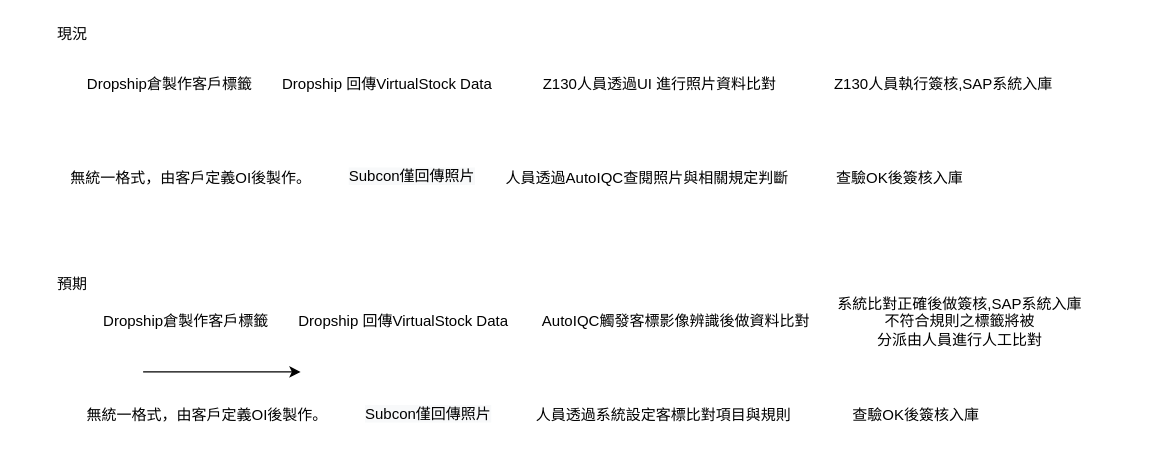
Earlier version of the draw.io diagram AutoIQC_Label_AutoParserNApprrove.drawio (Charles886/DrawIO). Source tidied: cells renumbered, new cells numbered last; positions are measured from the earlier drawing's top-left corner, leaving out a move shared by most shapes. Both pictures are drawn from the tidied source at 125%, with x=0, y=0 at pixel (46, 21).
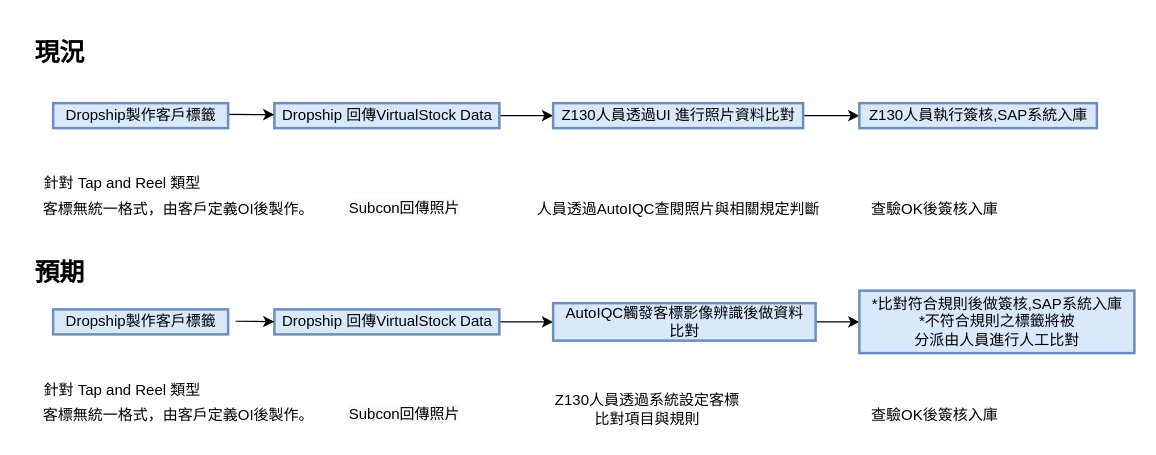
The same diagram, later.

The edit, as a diff of the source:
```diff
@@
-    <mxCell id="2" value="Dropship倉製作客戶標籤" style="text;html=1;align=center;verticalAlign=middle;points=[];" parent="1" vertex="1">
-      <mxGeometry x="23" y="40" width="150" height="20" as="geometry" />
+    <mxCell id="2" value="Dropship製作客戶標籤" style="text;html=1;align=center;verticalAlign=middle;points=[];strokeColor=#6c8ebf;strokeWidth=2;fillColor=#dae8fc;" parent="1" vertex="1">
+      <mxGeometry x="5" y="65" width="140" height="20" as="geometry" />
     </mxCell>
-    <mxCell id="3" value="無統一格式，由客戶定義OI後製作。" style="text;html=1;align=center;verticalAlign=middle;" parent="1" vertex="1">
-      <mxGeometry x="10" y="115" width="210" height="20" as="geometry" />
+    <mxCell id="3" value="客標無統一格式，由客戶定義OI後製作。" style="text;html=1;align=center;verticalAlign=middle;" parent="1" vertex="1">
+      <mxGeometry x="-10" y="140" width="230" height="20" as="geometry" />
     </mxCell>
-    <mxCell id="4" value="現況&lt;br&gt;" style="text;html=1;align=center;verticalAlign=middle;" parent="1" vertex="1">
-      <mxGeometry width="40" height="20" as="geometry" />
+    <mxCell id="4" value="現況&lt;br style=&quot;font-size: 20px;&quot;&gt;" style="text;html=1;align=center;verticalAlign=middle;fontStyle=1;fontSize=20;" parent="1" vertex="1">
+      <mxGeometry x="-20" y="9" width="60" height="30" as="geometry" />
     </mxCell>
-    <mxCell id="5" value="&lt;span style=&quot;color: rgb(0, 0, 0); font-family: helvetica; font-size: 12px; font-style: normal; font-weight: 400; letter-spacing: normal; text-align: center; text-indent: 0px; text-transform: none; word-spacing: 0px; background-color: rgb(248, 249, 250); display: inline; float: none;&quot;&gt;Subcon僅回傳照片&lt;/span&gt;" style="text;whiteSpace=wrap;html=1;" parent="1" vertex="1">
-      <mxGeometry x="240" y="110" width="130" height="30" as="geometry" />
+    <mxCell id="5" value="&lt;span style=&quot;color: rgb(0 , 0 , 0) ; font-family: &amp;#34;helvetica&amp;#34; ; font-size: 12px ; font-style: normal ; font-weight: 400 ; letter-spacing: normal ; text-align: center ; text-indent: 0px ; text-transform: none ; word-spacing: 0px ; background-color: rgb(248 , 249 , 250) ; display: inline ; float: none&quot;&gt;Subcon回傳照片&lt;/span&gt;" style="text;whiteSpace=wrap;html=1;" parent="1" vertex="1">
+      <mxGeometry x="240" y="135" width="130" height="30" as="geometry" />
     </mxCell>
-    <mxCell id="6" value="預期" style="text;html=1;align=center;verticalAlign=middle;" parent="1" vertex="1">
-      <mxGeometry y="200" width="40" height="20" as="geometry" />
+    <mxCell id="6" value="預期" style="text;html=1;align=center;verticalAlign=middle;fontSize=20;fontStyle=1;" parent="1" vertex="1">
+      <mxGeometry x="-20" y="185" width="60" height="30" as="geometry" />
     </mxCell>
     <mxCell id="7" value="人員透過AutoIQC查閱照片與相關規定判斷" style="text;html=1;align=center;verticalAlign=middle;" parent="1" vertex="1">
-      <mxGeometry x="360" y="115" width="240" height="20" as="geometry" />
+      <mxGeometry x="385" y="140" width="240" height="20" as="geometry" />
     </mxCell>
     <mxCell id="8" value="查驗OK後簽核入庫" style="text;html=1;align=center;verticalAlign=middle;" parent="1" vertex="1">
-      <mxGeometry x="622" y="115" width="120" height="20" as="geometry" />
+      <mxGeometry x="650" y="140" width="120" height="20" as="geometry" />
     </mxCell>
+    <mxCell id="21" style="edgeStyle=orthogonalEdgeStyle;rounded=0;jettySize=auto;html=1;fontSize=20;" parent="1" edge="1" source="9" target="10">
+      <mxGeometry relative="1" as="geometry" />
+    </mxCell>
-    <mxCell id="9" value="Dropship 回傳VirtualStock Data" style="text;html=1;align=center;verticalAlign=middle;points=[];" parent="1" vertex="1">
-      <mxGeometry x="182" y="40" width="180" height="20" as="geometry" />
+    <mxCell id="9" value="Dropship 回傳VirtualStock Data" style="text;html=1;align=center;verticalAlign=middle;points=[];strokeColor=#6c8ebf;strokeWidth=2;fillColor=#dae8fc;" parent="1" vertex="1">
+      <mxGeometry x="182" y="65" width="180" height="20" as="geometry" />
     </mxCell>
+    <mxCell id="22" style="edgeStyle=orthogonalEdgeStyle;rounded=0;jettySize=auto;html=1;fontSize=20;" parent="1" edge="1" source="10" target="11">
+      <mxGeometry relative="1" as="geometry" />
+    </mxCell>
-    <mxCell id="10" value="Z130人員透過UI 進行照片資料比對" style="text;html=1;align=center;verticalAlign=middle;points=[];" parent="1" vertex="1">
-      <mxGeometry x="390" y="40" width="200" height="20" as="geometry" />
+    <mxCell id="10" value="Z130人員透過UI 進行照片資料比對" style="text;html=1;align=center;verticalAlign=middle;points=[];strokeColor=#6c8ebf;strokeWidth=2;fillColor=#dae8fc;" parent="1" vertex="1">
+      <mxGeometry x="405" y="65" width="200" height="20" as="geometry" />
     </mxCell>
-    <mxCell id="11" value="Z130人員執行簽核,SAP系統入庫" style="text;html=1;align=center;verticalAlign=middle;points=[];" parent="1" vertex="1">
-      <mxGeometry x="622" y="40" width="190" height="20" as="geometry" />
+    <mxCell id="11" value="Z130人員執行簽核,SAP系統入庫" style="text;html=1;align=center;verticalAlign=middle;points=[];strokeColor=#6c8ebf;strokeWidth=2;fillColor=#dae8fc;" parent="1" vertex="1">
+      <mxGeometry x="650" y="65" width="190" height="20" as="geometry" />
     </mxCell>
-    <mxCell id="12" value="Dropship倉製作客戶標籤" style="text;html=1;align=center;verticalAlign=middle;" parent="1" vertex="1">
-      <mxGeometry x="36" y="230" width="150" height="20" as="geometry" />
+    <mxCell id="12" value="Dropship製作客戶標籤" style="text;html=1;align=center;verticalAlign=middle;strokeColor=#6c8ebf;strokeWidth=2;fillColor=#dae8fc;" parent="1" vertex="1">
+      <mxGeometry x="5" y="230" width="140" height="20" as="geometry" />
     </mxCell>
-    <mxCell id="13" value="無統一格式，由客戶定義OI後製作。" style="text;html=1;align=center;verticalAlign=middle;" parent="1" vertex="1">
-      <mxGeometry x="23" y="305" width="210" height="20" as="geometry" />
-    </mxCell>
-    <mxCell id="14" style="endArrow=classic;html=1;" parent="1" edge="1">
-      <mxGeometry relative="1" as="geometry">
-        <mxPoint x="77" y="280" as="sourcePoint" />
-        <mxPoint x="203" y="280" as="targetPoint" />
-      </mxGeometry>
-    </mxCell>
-    <mxCell id="15" value="&lt;span style=&quot;color: rgb(0, 0, 0); font-family: helvetica; font-size: 12px; font-style: normal; font-weight: 400; letter-spacing: normal; text-align: center; text-indent: 0px; text-transform: none; word-spacing: 0px; background-color: rgb(248, 249, 250); display: inline; float: none;&quot;&gt;Subcon僅回傳照片&lt;/span&gt;" style="text;whiteSpace=wrap;html=1;" parent="1" vertex="1">
-      <mxGeometry x="253" y="300" width="130" height="30" as="geometry" />
+    <mxCell id="15" value="&lt;span style=&quot;color: rgb(0 , 0 , 0) ; font-family: &amp;#34;helvetica&amp;#34; ; font-size: 12px ; font-style: normal ; font-weight: 400 ; letter-spacing: normal ; text-align: center ; text-indent: 0px ; text-transform: none ; word-spacing: 0px ; background-color: rgb(248 , 249 , 250) ; display: inline ; float: none&quot;&gt;Subcon回傳照片&lt;/span&gt;" style="text;whiteSpace=wrap;html=1;" parent="1" vertex="1">
+      <mxGeometry x="240" y="300" width="130" height="30" as="geometry" />
     </mxCell>
-    <mxCell id="16" value="人員透過系統設定客標比對項目與規則" style="text;html=1;align=center;verticalAlign=middle;" parent="1" vertex="1">
-      <mxGeometry x="383" y="305" width="220" height="20" as="geometry" />
+    <mxCell id="16" value="Z130人員透過系統設定客標&lt;br&gt;比對項目與規則" style="text;html=1;align=center;verticalAlign=middle;" parent="1" vertex="1">
+      <mxGeometry x="400" y="295" width="160" height="30" as="geometry" />
     </mxCell>
     <mxCell id="17" value="查驗OK後簽核入庫" style="text;html=1;align=center;verticalAlign=middle;" parent="1" vertex="1">
-      <mxGeometry x="635" y="305" width="120" height="20" as="geometry" />
+      <mxGeometry x="650" y="305" width="120" height="20" as="geometry" />
     </mxCell>
+    <mxCell id="23" style="edgeStyle=orthogonalEdgeStyle;rounded=0;jettySize=auto;html=1;fontSize=20;" parent="1" edge="1" source="18" target="19">
+      <mxGeometry relative="1" as="geometry" />
+    </mxCell>
-    <mxCell id="18" value="Dropship 回傳VirtualStock Data" style="text;html=1;align=center;verticalAlign=middle;points=[];" parent="1" vertex="1">
-      <mxGeometry x="195" y="230" width="180" height="20" as="geometry" />
+    <mxCell id="18" value="Dropship 回傳VirtualStock Data" style="text;html=1;align=center;verticalAlign=middle;points=[];strokeColor=#6c8ebf;strokeWidth=2;fillColor=#dae8fc;" parent="1" vertex="1">
+      <mxGeometry x="182" y="230" width="180" height="20" as="geometry" />
     </mxCell>
+    <mxCell id="24" style="edgeStyle=orthogonalEdgeStyle;rounded=0;jettySize=auto;html=1;fontSize=20;" parent="1" edge="1" source="19" target="20">
+      <mxGeometry relative="1" as="geometry" />
+    </mxCell>
-    <mxCell id="19" value="AutoIQC觸發客標影像辨識後做資料比對" style="text;html=1;align=center;verticalAlign=middle;points=[];" parent="1" vertex="1">
-      <mxGeometry x="388" y="230" width="230" height="20" as="geometry" />
+    <mxCell id="19" value="AutoIQC觸發客標影像辨識後做資料&lt;br&gt;比對" style="text;html=1;align=center;verticalAlign=middle;points=[];strokeColor=#6c8ebf;strokeWidth=2;fillColor=#dae8fc;" parent="1" vertex="1">
+      <mxGeometry x="405" y="225" width="210" height="30" as="geometry" />
     </mxCell>
-    <mxCell id="20" value="系統比對正確後做簽核,SAP系統入庫&lt;br&gt;不符合規則之標籤將被&lt;br&gt;分派由人員進行人工比對" style="text;html=1;align=center;verticalAlign=middle;points=[];" parent="1" vertex="1">
-      <mxGeometry x="625" y="215" width="210" height="50" as="geometry" />
+    <mxCell id="20" value="*比對符合規則後做簽核,SAP系統入庫&lt;br&gt;*不符合規則之標籤將被&lt;br&gt;分派由人員進行人工比對" style="text;html=1;align=center;verticalAlign=middle;points=[];strokeColor=#6c8ebf;strokeWidth=2;fillColor=#dae8fc;" parent="1" vertex="1">
+      <mxGeometry x="650" y="215" width="220" height="50" as="geometry" />
     </mxCell>
+    <mxCell id="25" style="endArrow=classic;html=1;fontSize=20;exitX=1.007;exitY=0.45;exitDx=0;exitDy=0;exitPerimeter=0;" parent="1" edge="1" source="2" target="9">
+      <mxGeometry relative="1" as="geometry" />
+    </mxCell>
+    <mxCell id="26" style="endArrow=classic;html=1;fontSize=20;exitX=1.007;exitY=0.45;exitDx=0;exitDy=0;exitPerimeter=0;" parent="1" edge="1">
+      <mxGeometry relative="1" as="geometry">
+        <mxPoint x="151" y="239.5" as="sourcePoint" />
+        <mxPoint x="182" y="239.8" as="targetPoint" />
+      </mxGeometry>
+    </mxCell>
+    <mxCell id="27" value="客標無統一格式，由客戶定義OI後製作。" style="text;html=1;align=center;verticalAlign=middle;" parent="1" vertex="1">
+      <mxGeometry x="-10" y="305" width="230" height="20" as="geometry" />
+    </mxCell>
+    <mxCell id="28" value="針對 Tap and Reel 類型" style="text;html=1;align=center;verticalAlign=middle;fontSize=12;" parent="1" vertex="1">
+      <mxGeometry x="-10" y="119" width="140" height="20" as="geometry" />
+    </mxCell>
+    <mxCell id="29" value="針對 Tap and Reel 類型" style="text;html=1;align=center;verticalAlign=middle;fontSize=12;" parent="1" vertex="1">
+      <mxGeometry x="-10" y="285" width="140" height="20" as="geometry" />
+    </mxCell>
```
